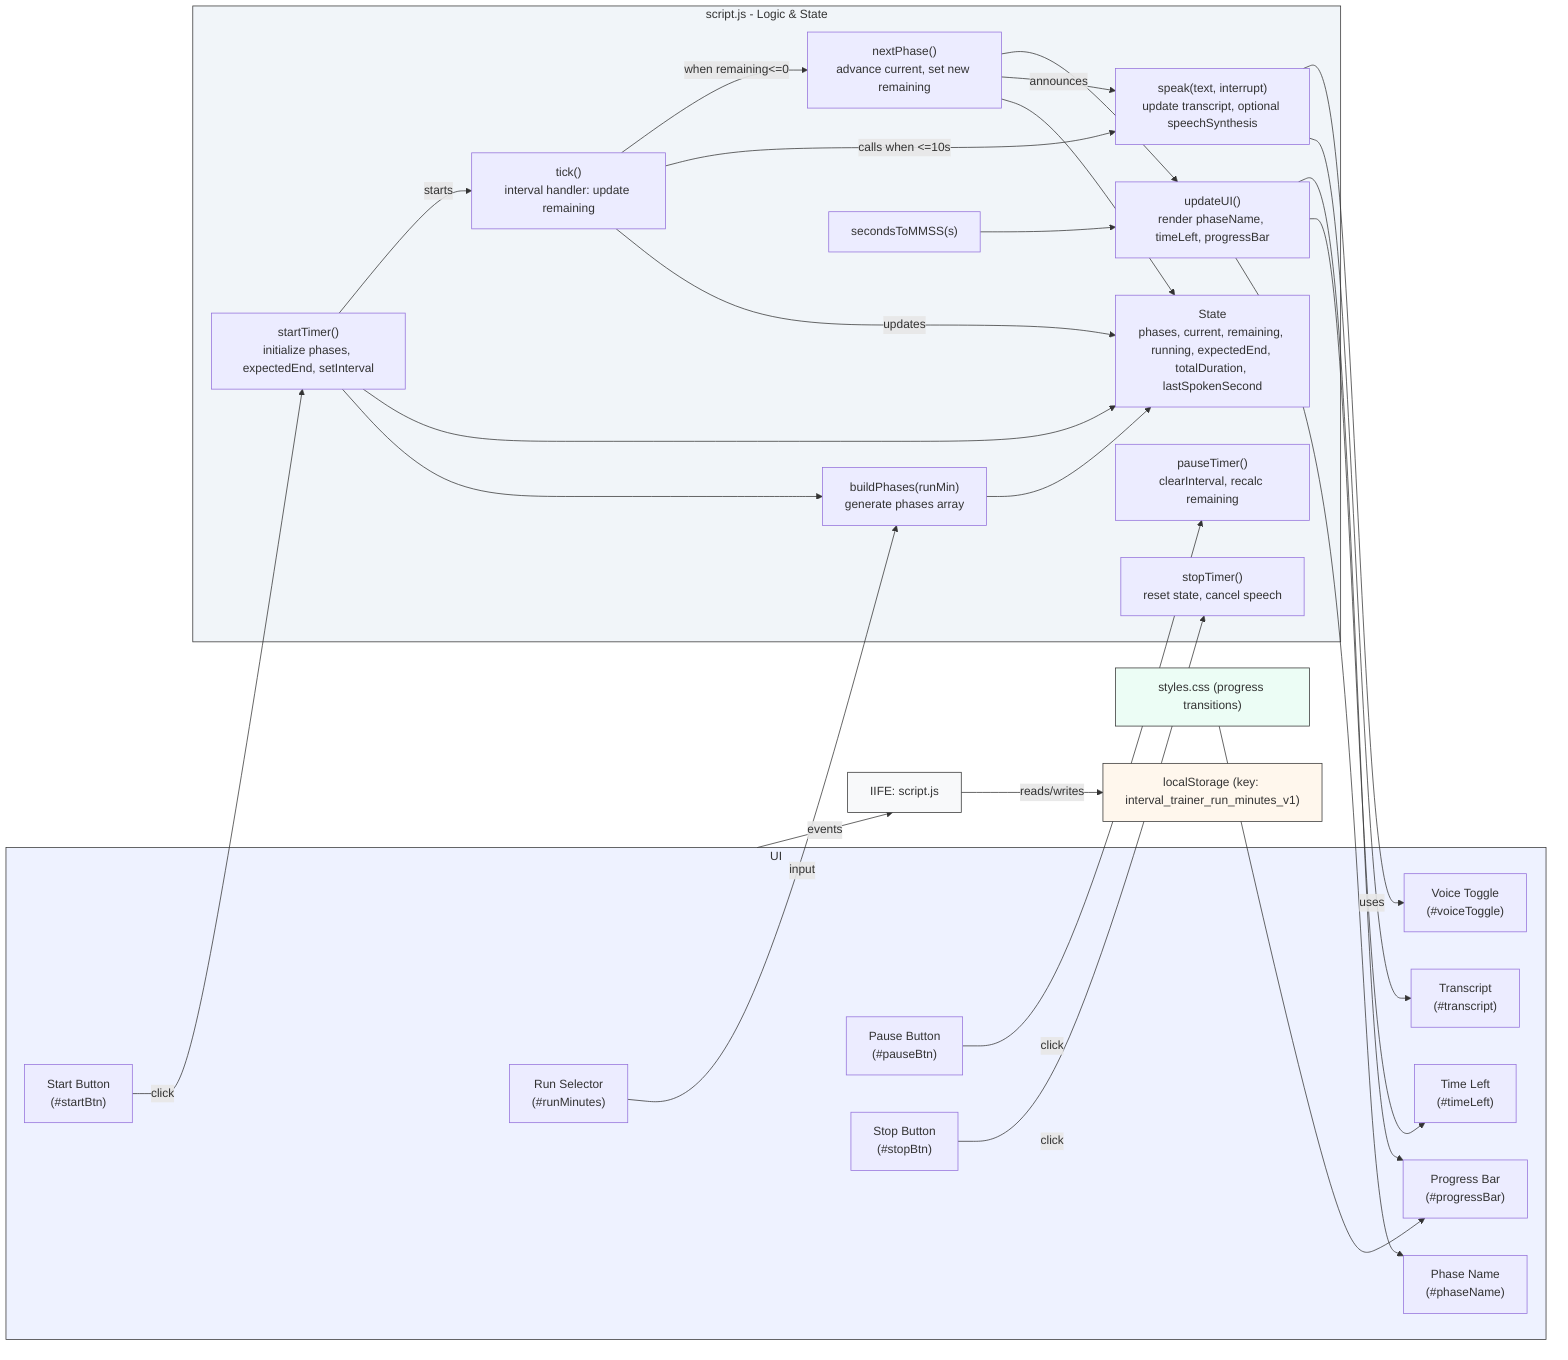
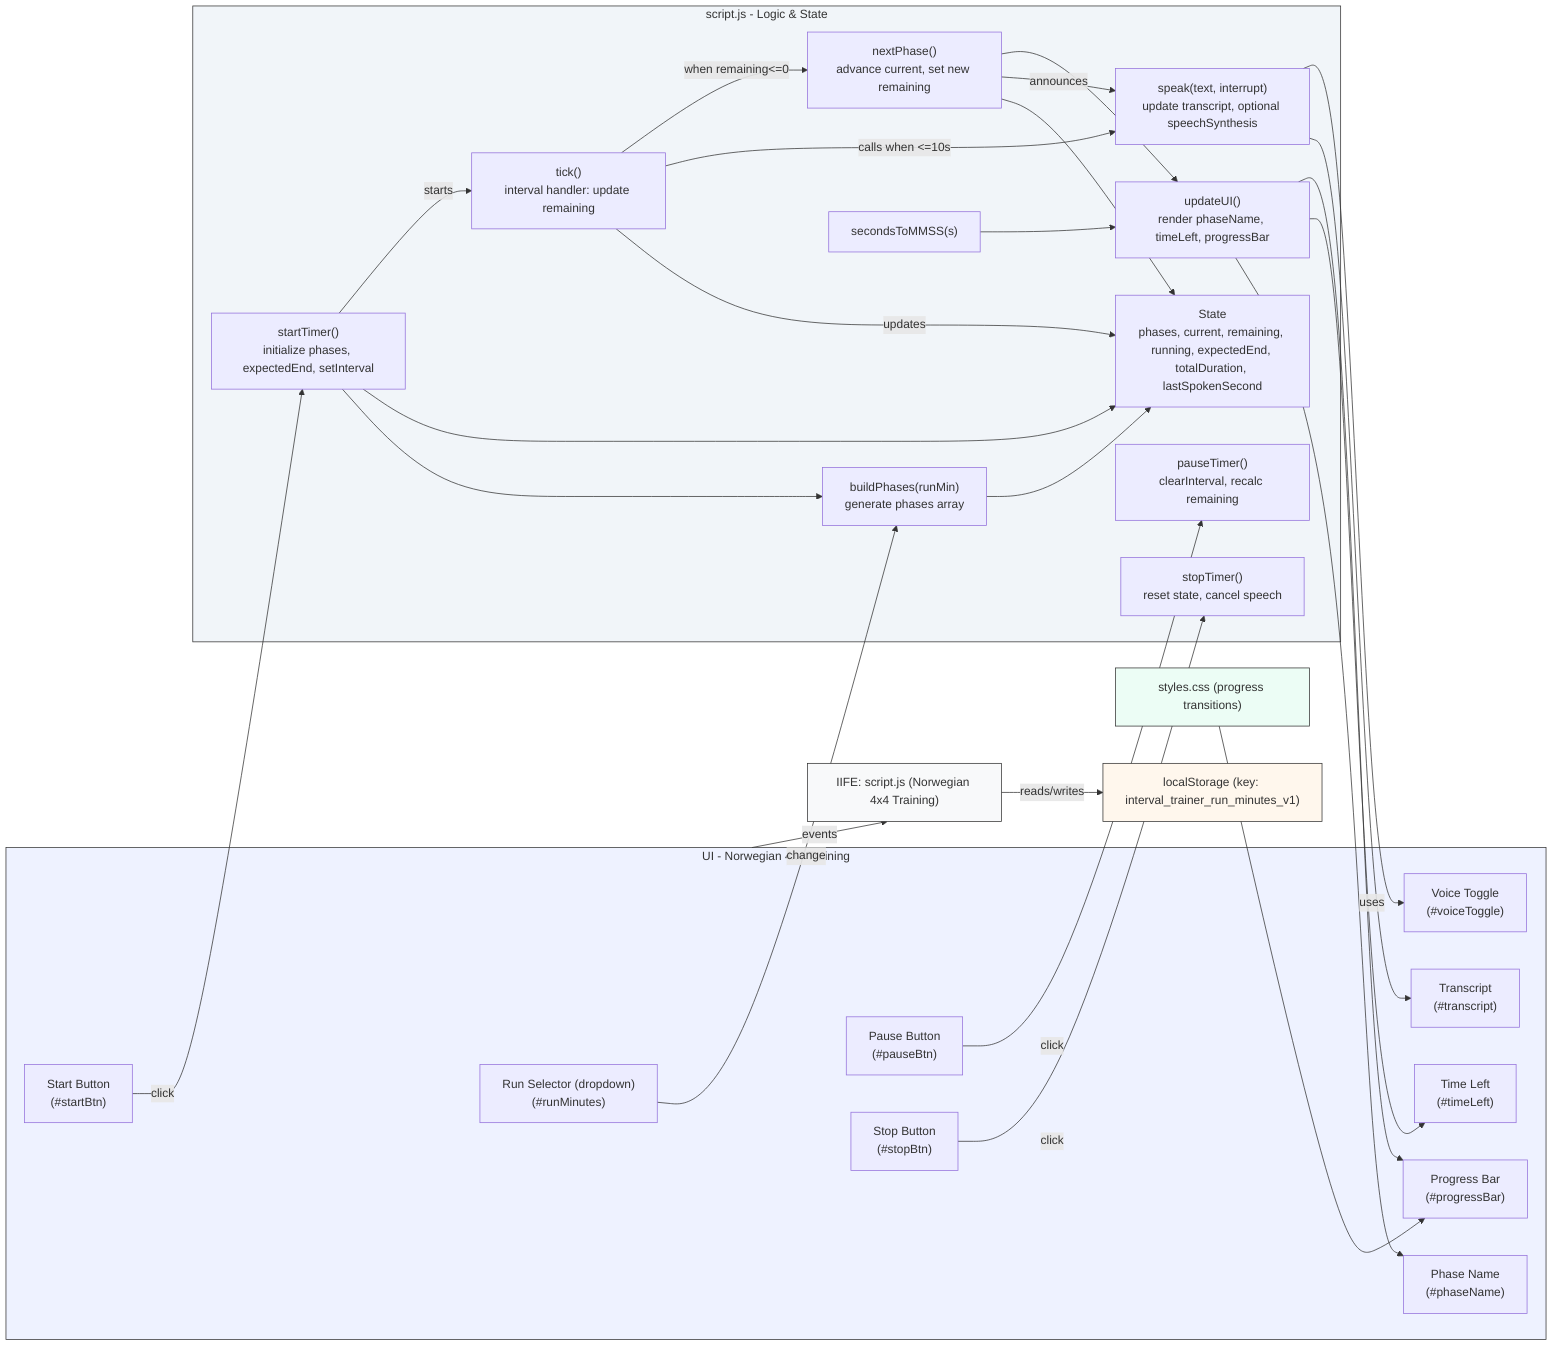
graph LR
-   subgraph UI[UI]
-     RunSelector["Run Selector<br/>(#runMinutes)"]
+   subgraph UI[UI - Norwegian 4x4 Training]
+     RunSelector["Run Selector (dropdown)<br/>(#runMinutes)"]
    StartBtn["Start Button<br/>(#startBtn)"]
    PauseBtn["Pause Button<br/>(#pauseBtn)"]
    StopBtn["Stop Button<br/>(#stopBtn)"]
    VoiceToggle["Voice Toggle<br/>(#voiceToggle)"]
    TranscriptEl["Transcript<br/>(#transcript)"]
    PhaseName["Phase Name<br/>(#phaseName)"]
    TimeLeft["Time Left<br/>(#timeLeft)"]
    ProgressBar["Progress Bar<br/>(#progressBar)"]
  end

-   Script["IIFE: script.js"]
+   Script["IIFE: script.js (Norwegian 4x4 Training)"]
  Storage["localStorage (key: interval_trainer_run_minutes_v1)"]
  CSS["styles.css (progress transitions)"]

  UI -->|events| Script
  Script -->|reads/writes| Storage
  CSS --> ProgressBar

  subgraph Logic[script.js - Logic & State]
    State["State\nphases, current, remaining, running, expectedEnd, totalDuration, lastSpokenSecond"]
    BuildPhases["buildPhases(runMin)<br/>generate phases array"]
    StartTimer["startTimer()<br/>initialize phases, expectedEnd, setInterval"]
    PauseTimer["pauseTimer()<br/>clearInterval, recalc remaining"]
    StopTimer["stopTimer()<br/>reset state, cancel speech"]
    Tick["tick()<br/>interval handler: update remaining"]
    NextPhase["nextPhase()<br/>advance current, set new remaining"]
    UpdateUI["updateUI()<br/>render phaseName, timeLeft, progressBar"]
    Speak["speak(text, interrupt)<br/>update transcript, optional speechSynthesis"]
    SecondsFmt["secondsToMMSS(s)"]
  end

  %% Event wiring
  StartBtn -->|click| StartTimer
  PauseBtn -->|click| PauseTimer
  StopBtn -->|click| StopTimer
-   RunSelector -->|input| BuildPhases
+   RunSelector -->|change| BuildPhases

  %% Start flow
  StartTimer --> BuildPhases
  StartTimer --> State
  StartTimer -->|starts| Tick

  %% Tick behavior
  Tick -->|updates| State
  Tick -->|calls when <=10s| Speak
  Tick -->|when remaining<=0| NextPhase
  NextPhase --> State
  NextPhase -->|announces| Speak
  NextPhase --> UpdateUI

  %% UI updates
  UpdateUI --> PhaseName
  UpdateUI --> TimeLeft
  UpdateUI --> ProgressBar
  Speak --> TranscriptEl
  Speak -->|uses| VoiceToggle

  %% utilities
  BuildPhases --> State
  SecondsFmt --> UpdateUI

  style Script fill:#f8f9fa,stroke:#333,stroke-width:1px
  style Logic fill:#f1f5f9,stroke:#333,stroke-width:1px
  style UI fill:#eef2ff,stroke:#333,stroke-width:1px
  style Storage fill:#fff7ed,stroke:#333,stroke-width:1px
  style CSS fill:#ecfdf5,stroke:#333,stroke-width:1px
